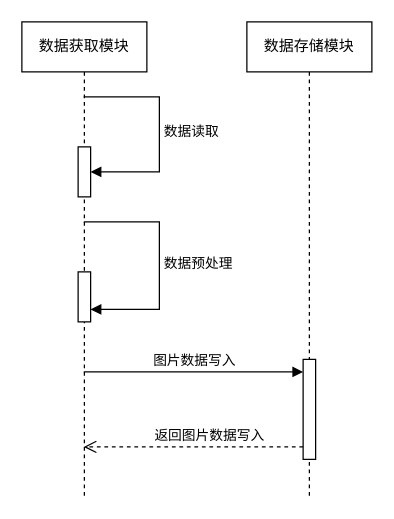
This is Draw.io/本科毕业设计/顺序图_数据获取.drawio from Arete-FFF/PicGo, a draw.io file, before an edit. Source tidied: cells renumbered, new cells numbered last; positions are measured from the earlier drawing's top-left corner, leaving out a move shared by most shapes. Both pictures are drawn from the tidied source at 125%, with x=0, y=0 at pixel (21, 21).
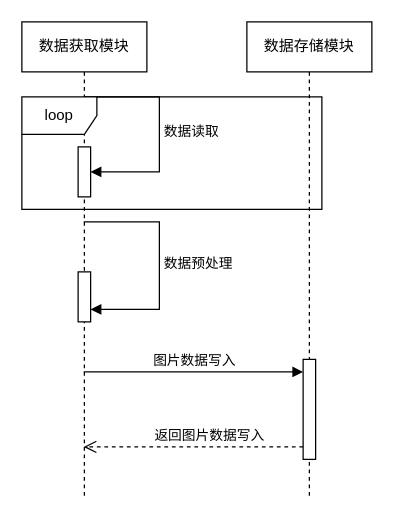
Above is the later version.

Commit message (it also covers changes not shown here):
更新顺序图_数据获取.drawio

Diff of the diagram source:
```diff
@@
 <mxGraphModel>
   <root>
     <mxCell id="0" />
     <mxCell id="1" parent="0" />
     <mxCell id="2" value="数据存储模块" style="shape=umlLifeline;perimeter=lifelinePerimeter;whiteSpace=wrap;html=1;newEdgeStyle={&quot;edgeStyle&quot;:&quot;elbowEdgeStyle&quot;,&quot;elbow&quot;:&quot;vertical&quot;,&quot;curved&quot;:0,&quot;rounded&quot;:0};" parent="1" vertex="1">
       <mxGeometry x="180" width="100" height="380" as="geometry" />
     </mxCell>
     <mxCell id="3" style="html=1;points=[];perimeter=orthogonalPerimeter;outlineConnect=0;targetShapes=umlLifeline;portConstraint=eastwest;newEdgeStyle={&quot;edgeStyle&quot;:&quot;elbowEdgeStyle&quot;,&quot;elbow&quot;:&quot;vertical&quot;,&quot;curved&quot;:0,&quot;rounded&quot;:0};" parent="2" vertex="1">
       <mxGeometry x="45" y="270" width="10" height="80" as="geometry" />
     </mxCell>
     <mxCell id="4" value="数据获取模块" style="shape=umlLifeline;perimeter=lifelinePerimeter;whiteSpace=wrap;html=1;outlineConnect=0;portConstraint=eastwest;newEdgeStyle={&quot;edgeStyle&quot;:&quot;elbowEdgeStyle&quot;,&quot;elbow&quot;:&quot;vertical&quot;,&quot;curved&quot;:0,&quot;rounded&quot;:0};" parent="1" vertex="1">
       <mxGeometry width="100" height="380" as="geometry" />
     </mxCell>
     <mxCell id="5" style="html=1;points=[];perimeter=orthogonalPerimeter;outlineConnect=0;targetShapes=umlLifeline;portConstraint=eastwest;newEdgeStyle={&quot;edgeStyle&quot;:&quot;elbowEdgeStyle&quot;,&quot;elbow&quot;:&quot;vertical&quot;,&quot;curved&quot;:0,&quot;rounded&quot;:0};" parent="4" vertex="1">
       <mxGeometry x="45" y="100" width="10" height="40" as="geometry" />
     </mxCell>
     <mxCell id="6" value="数据读取" style="html=1;align=left;spacingLeft=2;endArrow=block;rounded=0;edgeStyle=orthogonalEdgeStyle;curved=0;rounded=0;" parent="4" edge="1" source="4" target="5">
       <mxGeometry relative="1" as="geometry">
         <Array as="points">
           <mxPoint x="110" y="60" />
           <mxPoint x="110" y="120" />
         </Array>
       </mxGeometry>
     </mxCell>
     <mxCell id="7" style="html=1;points=[];perimeter=orthogonalPerimeter;outlineConnect=0;targetShapes=umlLifeline;portConstraint=eastwest;newEdgeStyle={&quot;edgeStyle&quot;:&quot;elbowEdgeStyle&quot;,&quot;elbow&quot;:&quot;vertical&quot;,&quot;curved&quot;:0,&quot;rounded&quot;:0};" parent="4" vertex="1">
       <mxGeometry x="45" y="200" width="10" height="40" as="geometry" />
     </mxCell>
     <mxCell id="8" value="数据预处理" style="html=1;align=left;spacingLeft=2;endArrow=block;rounded=0;edgeStyle=orthogonalEdgeStyle;curved=0;rounded=0;" parent="4" edge="1" source="4" target="7">
       <mxGeometry relative="1" as="geometry">
         <Array as="points">
           <mxPoint x="110" y="160" />
           <mxPoint x="110" y="230" />
         </Array>
       </mxGeometry>
     </mxCell>
     <mxCell id="9" value="图片数据写入" style="html=1;verticalAlign=bottom;endArrow=block;edgeStyle=elbowEdgeStyle;elbow=vertical;curved=0;rounded=0;" parent="1" edge="1" source="4" target="3">
       <mxGeometry relative="1" as="geometry">
         <Array as="points">
           <mxPoint x="170" y="280" />
         </Array>
       </mxGeometry>
     </mxCell>
     <mxCell id="10" value="返回图片数据写入" style="html=1;verticalAlign=bottom;endArrow=open;dashed=1;endSize=8;edgeStyle=elbowEdgeStyle;elbow=vertical;curved=0;rounded=0;" parent="1" edge="1" source="3" target="4">
       <mxGeometry x="-0.15" relative="1" as="geometry">
         <Array as="points">
           <mxPoint x="160" y="340" />
         </Array>
       </mxGeometry>
     </mxCell>
+    <mxCell id="11" value="loop" style="shape=umlFrame;whiteSpace=wrap;html=1;" parent="1" vertex="1">
+      <mxGeometry y="60" width="240" height="90" as="geometry" />
+    </mxCell>
   </root>
 </mxGraphModel>
```
